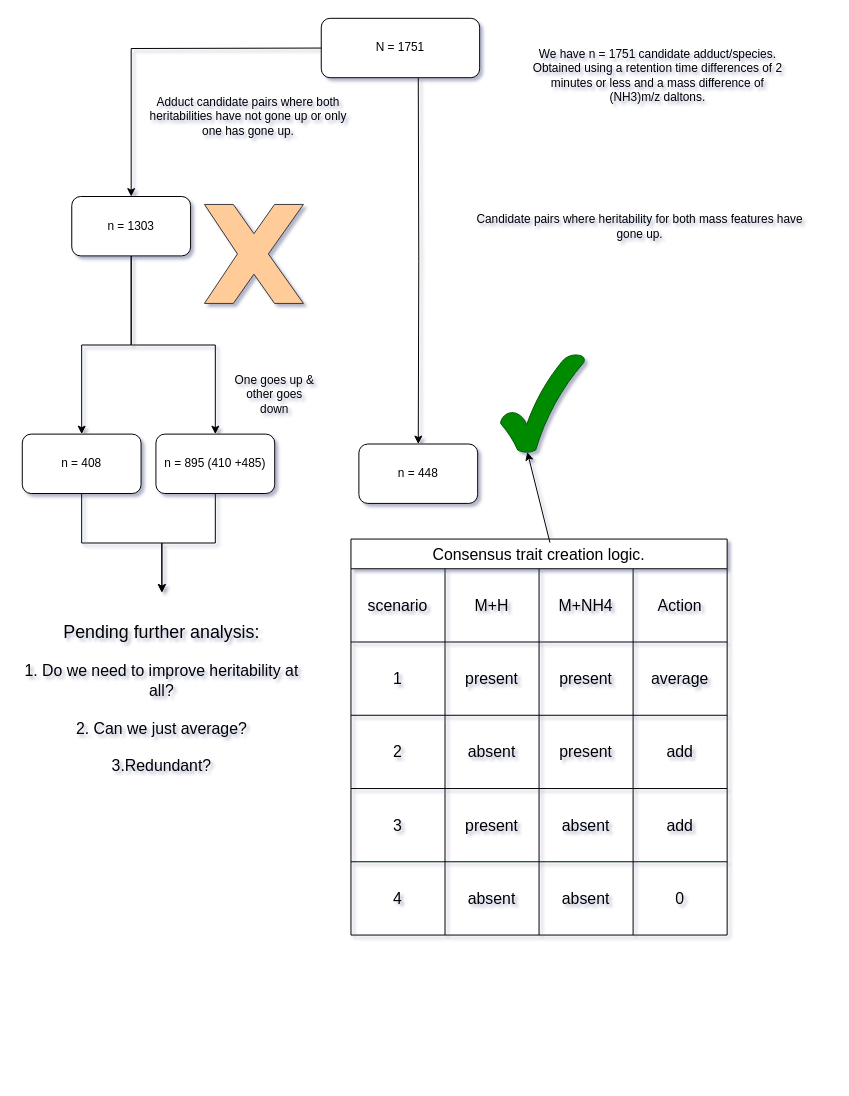
Before: page "Page-1" (1 of 2) of adduct_binning_decision_tree.drawio in RijanHasTwoEars7/draw_io_illustrations, a draw.io diagram. Source tidied: cells renumbered, new cells numbered last; positions are measured from the earlier drawing's top-left corner, leaving out a move shared by most shapes. Both pictures are drawn from the tidied source at 99%, with x=0, y=0 at pixel (20, 18).
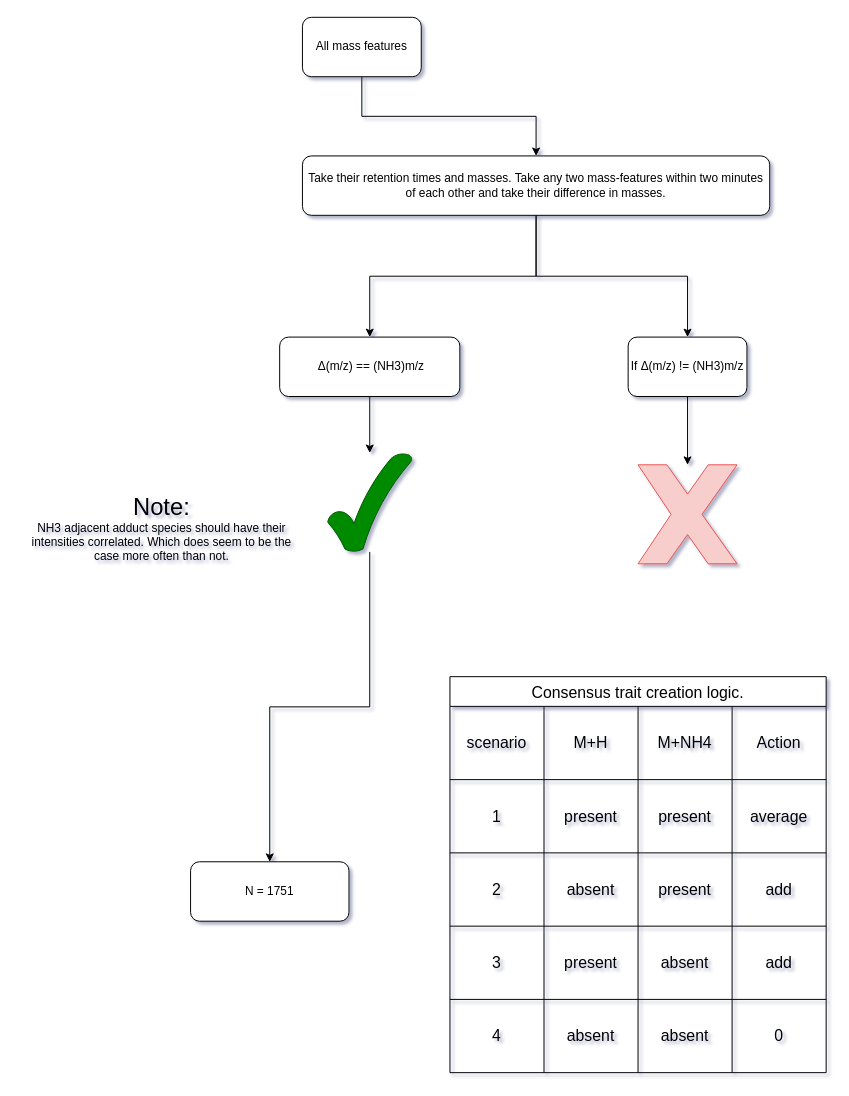
The same page after the edit.

Commit message:
Adding a second page to the file to keep track of the flow

Unchanged cells that the change refers to:
```xml
<mxCell id="25" style="shape=tableRow;horizontal=0;startSize=0;swimlaneHead=0;swimlaneBody=0;strokeColor=inherit;top=0;left=0;bottom=0;right=0;fillColor=none;fontSize=16;" parent="19" vertex="1">
  <mxGeometry y="104" width="380" height="74" as="geometry" />
</mxCell>
<mxCell id="30" style="shape=tableRow;horizontal=0;startSize=0;swimlaneHead=0;swimlaneBody=0;strokeColor=inherit;top=0;left=0;bottom=0;right=0;fillColor=none;fontSize=16;" parent="19" vertex="1">
  <mxGeometry y="178" width="380" height="74" as="geometry" />
</mxCell>
<mxCell id="35" style="shape=tableRow;horizontal=0;startSize=0;swimlaneHead=0;swimlaneBody=0;strokeColor=inherit;top=0;left=0;bottom=0;right=0;fillColor=none;fontSize=16;" parent="19" vertex="1">
  <mxGeometry y="252" width="380" height="74" as="geometry" />
</mxCell>
<mxCell id="40" style="shape=tableRow;horizontal=0;startSize=0;swimlaneHead=0;swimlaneBody=0;strokeColor=inherit;top=0;left=0;bottom=0;right=0;fillColor=none;fontSize=16;" parent="19" vertex="1">
  <mxGeometry y="326" width="380" height="74" as="geometry" />
</mxCell>
```

Change to the diagram source:
```diff
@@
-    <mxCell id="2" style="edgeStyle=orthogonalEdgeStyle;rounded=0;jettySize=auto;html=1;" parent="1" edge="1" target="6">
-      <mxGeometry relative="1" as="geometry">
-        <mxPoint x="402" y="60" as="sourcePoint" />
-      </mxGeometry>
-    </mxCell>
-    <mxCell id="3" style="edgeStyle=orthogonalEdgeStyle;rounded=0;jettySize=auto;html=1;" parent="1" edge="1" target="9">
-      <mxGeometry relative="1" as="geometry">
-        <mxPoint x="322" y="30" as="sourcePoint" />
-      </mxGeometry>
-    </mxCell>
     <mxCell id="4" value="N = 1751" style="rounded=1;whiteSpace=wrap;html=1;" parent="1" vertex="1">
-      <mxGeometry x="304" width="160" height="60" as="geometry" />
+      <mxGeometry x="172" y="852" width="160" height="60" as="geometry" />
     </mxCell>
-    <mxCell id="5" value="We have n = 1751 candidate adduct/species. Obtained using a retention time differences of 2 minutes or less and a mass difference of (NH3)m/z daltons." style="text;html=1;strokeColor=none;fillColor=none;align=center;verticalAlign=middle;whiteSpace=wrap;rounded=0;" parent="1" vertex="1">
-      <mxGeometry x="514" y="23" width="260" height="70" as="geometry" />
-    </mxCell>
-    <mxCell id="6" value="n = 448" style="whiteSpace=wrap;html=1;rounded=1;" parent="1" vertex="1">
-      <mxGeometry x="342" y="430" width="120" height="60" as="geometry" />
-    </mxCell>
-    <mxCell id="7" style="edgeStyle=orthogonalEdgeStyle;rounded=0;jettySize=auto;html=1;" parent="1" edge="1" source="9" target="13">
-      <mxGeometry relative="1" as="geometry" />
-    </mxCell>
-    <mxCell id="8" style="edgeStyle=orthogonalEdgeStyle;rounded=0;jettySize=auto;html=1;" parent="1" edge="1" source="9" target="15">
-      <mxGeometry relative="1" as="geometry" />
-    </mxCell>
-    <mxCell id="9" value="n = 1303" style="whiteSpace=wrap;html=1;rounded=1;" parent="1" vertex="1">
-      <mxGeometry x="52" y="180" width="120" height="60" as="geometry" />
-    </mxCell>
-    <mxCell id="10" value="Candidate pairs where heritability for both mass features  have gone up." style="text;html=1;strokeColor=none;fillColor=none;align=center;verticalAlign=middle;whiteSpace=wrap;rounded=0;" parent="1" vertex="1">
-      <mxGeometry x="456" y="185" width="340" height="50" as="geometry" />
-    </mxCell>
-    <mxCell id="11" value="Adduct candidate pairs where both heritabilities have not gone up or only one has gone up." style="text;html=1;strokeColor=none;fillColor=none;align=center;verticalAlign=middle;whiteSpace=wrap;rounded=0;" parent="1" vertex="1">
-      <mxGeometry x="122" y="50" width="217" height="97" as="geometry" />
-    </mxCell>
-    <mxCell id="12" style="edgeStyle=orthogonalEdgeStyle;rounded=0;jettySize=auto;html=1;" parent="1" edge="1" source="13" target="45">
-      <mxGeometry relative="1" as="geometry" />
-    </mxCell>
-    <mxCell id="13" value="n = 895 (410 +485)" style="whiteSpace=wrap;html=1;rounded=1;" parent="1" vertex="1">
-      <mxGeometry x="137" y="420" width="120" height="60" as="geometry" />
-    </mxCell>
-    <mxCell id="14" style="edgeStyle=orthogonalEdgeStyle;rounded=0;jettySize=auto;html=1;" parent="1" edge="1" source="15" target="45">
-      <mxGeometry relative="1" as="geometry" />
-    </mxCell>
-    <mxCell id="15" value="n = 408" style="whiteSpace=wrap;html=1;rounded=1;" parent="1" vertex="1">
-      <mxGeometry x="2" y="420" width="120" height="60" as="geometry" />
-    </mxCell>
-    <mxCell id="16" value="One goes up &amp;amp; other goes down" style="text;html=1;strokeColor=none;fillColor=none;align=center;verticalAlign=middle;whiteSpace=wrap;rounded=0;" parent="1" vertex="1">
-      <mxGeometry x="212" y="350" width="90" height="60" as="geometry" />
-    </mxCell>
-    <mxCell id="17" style="verticalLabelPosition=bottom;verticalAlign=top;html=1;shape=mxgraph.basic.x;fillColor=#ffcc99;strokeColor=#36393d;" parent="1" vertex="1">
-      <mxGeometry x="186" y="188" width="100" height="100" as="geometry" />
-    </mxCell>
-    <mxCell id="18" style="verticalLabelPosition=bottom;verticalAlign=top;html=1;shape=mxgraph.basic.tick;fillColor=#008a00;strokeColor=#005700;fontColor=#ffffff;" parent="1" vertex="1">
-      <mxGeometry x="485" y="339" width="85" height="100" as="geometry" />
-    </mxCell>
     <mxCell id="19" value="Consensus trait creation logic." style="shape=table;startSize=30;childLayout=tableLayout;strokeColor=default;fontSize=16;" parent="1" vertex="1">
-      <mxGeometry x="334" y="526" width="380" height="400" as="geometry" />
+      <mxGeometry x="434" y="665" width="380" height="400" as="geometry" />
     </mxCell>
@@
-    <mxCell id="27" value="present" style="shape=partialRectangle;html=1;whiteSpace=wrap;strokeColor=inherit;overflow=hidden;fillColor=none;top=0;left=0;bottom=0;right=0;fontSize=16;" parent="25" vertex="1">
-      <mxGeometry x="95" width="95" height="74" as="geometry" />
-    </mxCell>
-    <mxCell id="28" value="present" style="shape=partialRectangle;html=1;whiteSpace=wrap;strokeColor=inherit;overflow=hidden;fillColor=none;top=0;left=0;bottom=0;right=0;fontSize=16;" parent="25" vertex="1">
-      <mxGeometry x="190" width="95" height="74" as="geometry" />
-    </mxCell>
+    <mxCell id="47" value="present" style="shape=partialRectangle;html=1;whiteSpace=wrap;strokeColor=inherit;overflow=hidden;fillColor=none;top=0;left=0;bottom=0;right=0;fontSize=16;" parent="25" vertex="1">
+      <mxGeometry x="95" width="95" height="74" as="geometry" />
+    </mxCell>
+    <mxCell id="48" value="present" style="shape=partialRectangle;html=1;whiteSpace=wrap;strokeColor=inherit;overflow=hidden;fillColor=none;top=0;left=0;bottom=0;right=0;fontSize=16;" parent="25" vertex="1">
+      <mxGeometry x="190" width="95" height="74" as="geometry" />
+    </mxCell>
@@
-    <mxCell id="32" value="absent" style="shape=partialRectangle;html=1;whiteSpace=wrap;strokeColor=inherit;overflow=hidden;fillColor=none;top=0;left=0;bottom=0;right=0;fontSize=16;" parent="30" vertex="1">
-      <mxGeometry x="95" width="95" height="74" as="geometry" />
-    </mxCell>
-    <mxCell id="33" value="present" style="shape=partialRectangle;html=1;whiteSpace=wrap;strokeColor=inherit;overflow=hidden;fillColor=none;top=0;left=0;bottom=0;right=0;fontSize=16;" parent="30" vertex="1">
-      <mxGeometry x="190" width="95" height="74" as="geometry" />
-    </mxCell>
-    <mxCell id="34" value="add" style="shape=partialRectangle;html=1;whiteSpace=wrap;strokeColor=inherit;overflow=hidden;fillColor=none;top=0;left=0;bottom=0;right=0;fontSize=16;" parent="30" vertex="1">
-      <mxGeometry x="285" width="95" height="74" as="geometry" />
-    </mxCell>
+    <mxCell id="49" value="absent" style="shape=partialRectangle;html=1;whiteSpace=wrap;strokeColor=inherit;overflow=hidden;fillColor=none;top=0;left=0;bottom=0;right=0;fontSize=16;" parent="30" vertex="1">
+      <mxGeometry x="95" width="95" height="74" as="geometry" />
+    </mxCell>
+    <mxCell id="50" value="present" style="shape=partialRectangle;html=1;whiteSpace=wrap;strokeColor=inherit;overflow=hidden;fillColor=none;top=0;left=0;bottom=0;right=0;fontSize=16;" parent="30" vertex="1">
+      <mxGeometry x="190" width="95" height="74" as="geometry" />
+    </mxCell>
+    <mxCell id="51" value="add" style="shape=partialRectangle;html=1;whiteSpace=wrap;strokeColor=inherit;overflow=hidden;fillColor=none;top=0;left=0;bottom=0;right=0;fontSize=16;" parent="30" vertex="1">
+      <mxGeometry x="285" width="95" height="74" as="geometry" />
+    </mxCell>
@@
-    <mxCell id="37" value="present" style="shape=partialRectangle;html=1;whiteSpace=wrap;strokeColor=inherit;overflow=hidden;fillColor=none;top=0;left=0;bottom=0;right=0;fontSize=16;" parent="35" vertex="1">
-      <mxGeometry x="95" width="95" height="74" as="geometry" />
-    </mxCell>
-    <mxCell id="38" value="absent" style="shape=partialRectangle;html=1;whiteSpace=wrap;strokeColor=inherit;overflow=hidden;fillColor=none;top=0;left=0;bottom=0;right=0;fontSize=16;" parent="35" vertex="1">
-      <mxGeometry x="190" width="95" height="74" as="geometry" />
-    </mxCell>
-    <mxCell id="39" value="add" style="shape=partialRectangle;html=1;whiteSpace=wrap;strokeColor=inherit;overflow=hidden;fillColor=none;top=0;left=0;bottom=0;right=0;fontSize=16;" parent="35" vertex="1">
-      <mxGeometry x="285" width="95" height="74" as="geometry" />
-    </mxCell>
+    <mxCell id="52" value="present" style="shape=partialRectangle;html=1;whiteSpace=wrap;strokeColor=inherit;overflow=hidden;fillColor=none;top=0;left=0;bottom=0;right=0;fontSize=16;" parent="35" vertex="1">
+      <mxGeometry x="95" width="95" height="74" as="geometry" />
+    </mxCell>
+    <mxCell id="53" value="absent" style="shape=partialRectangle;html=1;whiteSpace=wrap;strokeColor=inherit;overflow=hidden;fillColor=none;top=0;left=0;bottom=0;right=0;fontSize=16;" parent="35" vertex="1">
+      <mxGeometry x="190" width="95" height="74" as="geometry" />
+    </mxCell>
+    <mxCell id="54" value="add" style="shape=partialRectangle;html=1;whiteSpace=wrap;strokeColor=inherit;overflow=hidden;fillColor=none;top=0;left=0;bottom=0;right=0;fontSize=16;" parent="35" vertex="1">
+      <mxGeometry x="285" width="95" height="74" as="geometry" />
+    </mxCell>
@@
-    <mxCell id="42" value="absent" style="shape=partialRectangle;html=1;whiteSpace=wrap;strokeColor=inherit;overflow=hidden;fillColor=none;top=0;left=0;bottom=0;right=0;fontSize=16;" parent="40" vertex="1">
-      <mxGeometry x="95" width="95" height="74" as="geometry" />
-    </mxCell>
-    <mxCell id="43" value="absent" style="shape=partialRectangle;html=1;whiteSpace=wrap;strokeColor=inherit;overflow=hidden;fillColor=none;top=0;left=0;bottom=0;right=0;fontSize=16;" parent="40" vertex="1">
-      <mxGeometry x="190" width="95" height="74" as="geometry" />
-    </mxCell>
+    <mxCell id="55" value="absent" style="shape=partialRectangle;html=1;whiteSpace=wrap;strokeColor=inherit;overflow=hidden;fillColor=none;top=0;left=0;bottom=0;right=0;fontSize=16;" parent="40" vertex="1">
+      <mxGeometry x="95" width="95" height="74" as="geometry" />
+    </mxCell>
+    <mxCell id="56" value="absent" style="shape=partialRectangle;html=1;whiteSpace=wrap;strokeColor=inherit;overflow=hidden;fillColor=none;top=0;left=0;bottom=0;right=0;fontSize=16;" parent="40" vertex="1">
+      <mxGeometry x="190" width="95" height="74" as="geometry" />
+    </mxCell>
@@
-    <mxCell id="45" value="&lt;div&gt;&lt;font style=&quot;font-size: 18px;&quot;&gt;Pending further analysis:&lt;/font&gt;&lt;/div&gt;&lt;div&gt;&lt;font size=&quot;3&quot;&gt;&lt;br&gt;&lt;/font&gt;&lt;/div&gt;&lt;div&gt;&lt;font size=&quot;3&quot;&gt;1. Do we need to improve heritability at all?&lt;br&gt;&lt;/font&gt;&lt;/div&gt;&lt;div&gt;&lt;font size=&quot;3&quot;&gt;&lt;br&gt;&lt;/font&gt;&lt;/div&gt;&lt;div&gt;&lt;font size=&quot;3&quot;&gt;2. Can we just average?&lt;/font&gt;&lt;/div&gt;&lt;div&gt;&lt;font size=&quot;3&quot;&gt;&lt;br&gt;&lt;/font&gt;&lt;/div&gt;&lt;div&gt;&lt;font size=&quot;3&quot;&gt;3.Redundant?&lt;br&gt;&lt;/font&gt;&lt;/div&gt;" style="text;html=1;strokeColor=none;fillColor=none;align=center;verticalAlign=middle;whiteSpace=wrap;rounded=0;" parent="1" vertex="1">
-      <mxGeometry y="580" width="286" height="214" as="geometry" />
-    </mxCell>
-    <mxCell id="46" style="endArrow=classic;html=1;rounded=0;exitX=0.529;exitY=0.009;exitDx=0;exitDy=0;exitPerimeter=0;entryX=0.32;entryY=0.992;entryDx=0;entryDy=0;entryPerimeter=0;" parent="1" edge="1" source="19" target="18">
-      <mxGeometry relative="1" as="geometry" />
-    </mxCell>
+    <mxCell id="57" style="edgeStyle=orthogonalEdgeStyle;rounded=0;jettySize=auto;html=1;" parent="1" edge="1" source="58" target="61">
+      <mxGeometry relative="1" as="geometry" />
+    </mxCell>
+    <mxCell id="58" value="All mass features" style="rounded=1;whiteSpace=wrap;html=1;" parent="1" vertex="1">
+      <mxGeometry x="285" y="-1" width="120" height="60" as="geometry" />
+    </mxCell>
+    <mxCell id="59" style="edgeStyle=orthogonalEdgeStyle;rounded=0;jettySize=auto;html=1;" parent="1" edge="1" source="61" target="63">
+      <mxGeometry relative="1" as="geometry" />
+    </mxCell>
+    <mxCell id="60" style="edgeStyle=orthogonalEdgeStyle;rounded=0;jettySize=auto;html=1;" parent="1" edge="1" source="61" target="65">
+      <mxGeometry relative="1" as="geometry" />
+    </mxCell>
+    <mxCell id="61" value="Take their retention times and masses. Take any two mass-features within two minutes of each other and take their difference in masses." style="whiteSpace=wrap;html=1;rounded=1;" parent="1" vertex="1">
+      <mxGeometry x="285" y="139" width="472" height="60" as="geometry" />
+    </mxCell>
+    <mxCell id="62" style="edgeStyle=orthogonalEdgeStyle;rounded=0;jettySize=auto;html=1;" parent="1" edge="1" source="63" target="67">
+      <mxGeometry relative="1" as="geometry" />
+    </mxCell>
+    <mxCell id="63" value="&amp;nbsp;Δ(m/z) == (NH3)m/z" style="whiteSpace=wrap;html=1;rounded=1;" parent="1" vertex="1">
+      <mxGeometry x="262" y="322" width="182" height="60" as="geometry" />
+    </mxCell>
+    <mxCell id="64" style="edgeStyle=orthogonalEdgeStyle;rounded=0;jettySize=auto;html=1;" parent="1" edge="1" source="65" target="68">
+      <mxGeometry relative="1" as="geometry" />
+    </mxCell>
+    <mxCell id="65" value="If Δ(m/z) != (NH3)m/z" style="whiteSpace=wrap;html=1;rounded=1;" parent="1" vertex="1">
+      <mxGeometry x="614" y="322" width="120" height="60" as="geometry" />
+    </mxCell>
+    <mxCell id="66" style="edgeStyle=orthogonalEdgeStyle;rounded=0;jettySize=auto;html=1;" parent="1" edge="1" source="67" target="4">
+      <mxGeometry relative="1" as="geometry" />
+    </mxCell>
+    <mxCell id="67" style="verticalLabelPosition=bottom;verticalAlign=top;html=1;shape=mxgraph.basic.tick;fillColor=#008a00;strokeColor=#005700;fontColor=#ffffff;" parent="1" vertex="1">
+      <mxGeometry x="310.5" y="439" width="85" height="100" as="geometry" />
+    </mxCell>
+    <mxCell id="68" style="verticalLabelPosition=bottom;verticalAlign=top;html=1;shape=mxgraph.basic.x;fillColor=#f8cecc;strokeColor=#EA5454;" parent="1" vertex="1">
+      <mxGeometry x="624" y="451" width="100" height="100" as="geometry" />
+    </mxCell>
+    <mxCell id="69" value="&lt;div&gt;&lt;font style=&quot;font-size: 24px;&quot;&gt;Note:&lt;/font&gt;&lt;/div&gt;&lt;div&gt;NH3 adjacent adduct species should have their intensities correlated. Which does seem to be the case more often than not.&lt;br&gt;&lt;/div&gt;" style="text;strokeColor=none;align=center;fillColor=none;html=1;verticalAlign=middle;whiteSpace=wrap;rounded=0;" parent="1" vertex="1">
+      <mxGeometry x="-3" y="476" width="292" height="78" as="geometry" />
+    </mxCell>
```
